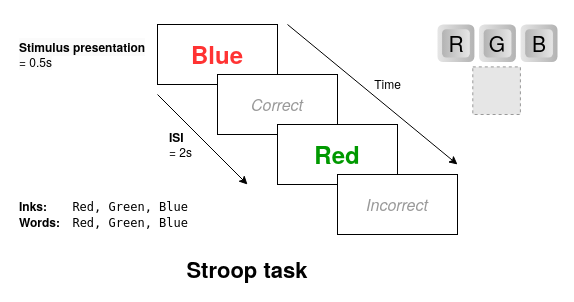
This is page "Stroop" (6 of 11) of resources/defense_figures.drawio from morteza/thesis, a draw.io file, before an edit. Source tidied: cells renumbered, new cells numbered last; positions are measured from the earlier drawing's top-left corner, leaving out a move shared by most shapes. Both pictures are drawn from the tidied source at 100%, with x=0, y=0 at pixel (17, 24). Pictures stored in the file or linked from it are replaced by grey dashed boxes.
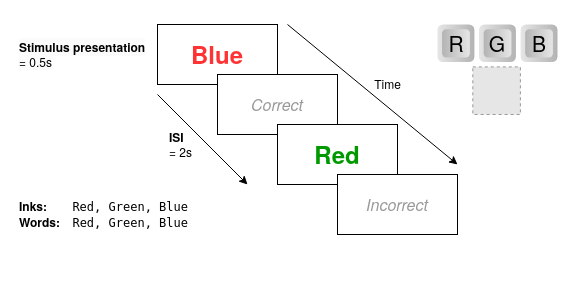
Above is the later version.

The edit, as a diff of the source:
```diff
@@
-    <mxCell id="12" value="Stroop task" style="text;html=1;strokeColor=none;fillColor=none;align=center;verticalAlign=middle;whiteSpace=wrap;rounded=0;fontFamily=Helvetica Neue;fontSize=22;fontColor=default;fontStyle=1;" parent="1" vertex="1">
-      <mxGeometry x="160" y="230" width="140" height="30" as="geometry" />
-    </mxCell>
```
